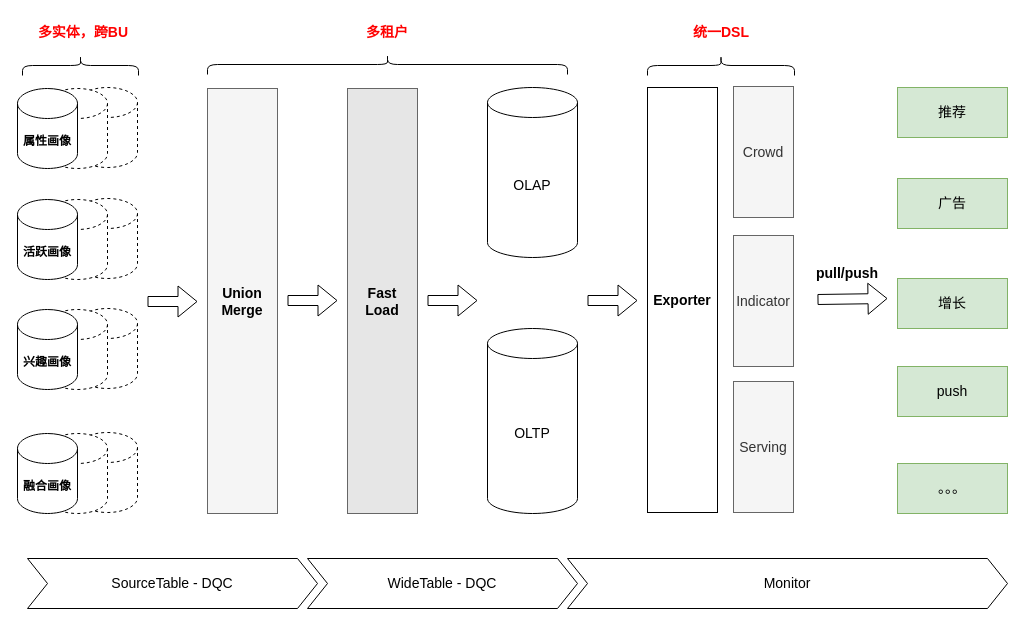
learn2Pro/draw_io_save keeps this draw.io diagram as km_tx_3.drawio. Above is the earlier version. Source tidied: cells renumbered, new cells numbered last; positions are measured from the earlier drawing's top-left corner, leaving out a move shared by most shapes. Both pictures are drawn from the tidied source at 100%, with x=0, y=0 at pixel (17, -116).
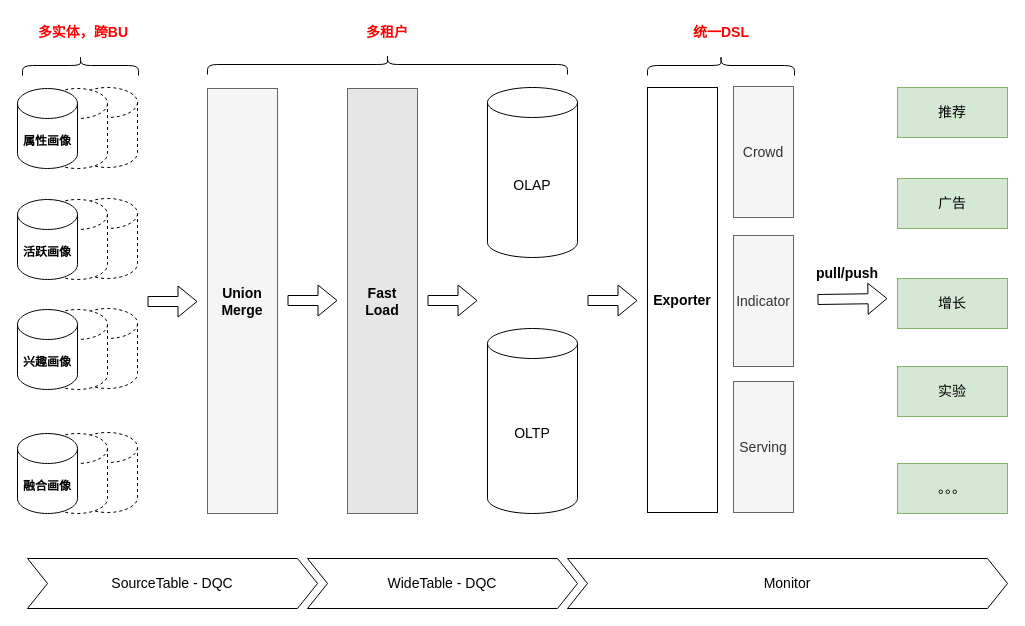
The same diagram, later.

The edit, as a diff of the source:
```diff
@@
-    <mxCell id="48" value="push" style="rounded=0;whiteSpace=wrap;html=1;fontSize=14;fillColor=#d5e8d4;strokeColor=#82b366;" parent="1" vertex="1">
+    <mxCell id="48" value="实验" style="rounded=0;whiteSpace=wrap;html=1;fontSize=14;fillColor=#d5e8d4;strokeColor=#82b366;" parent="1" vertex="1">
       <mxGeometry x="880" y="482" width="110" height="50" as="geometry" />
     </mxCell>
```
